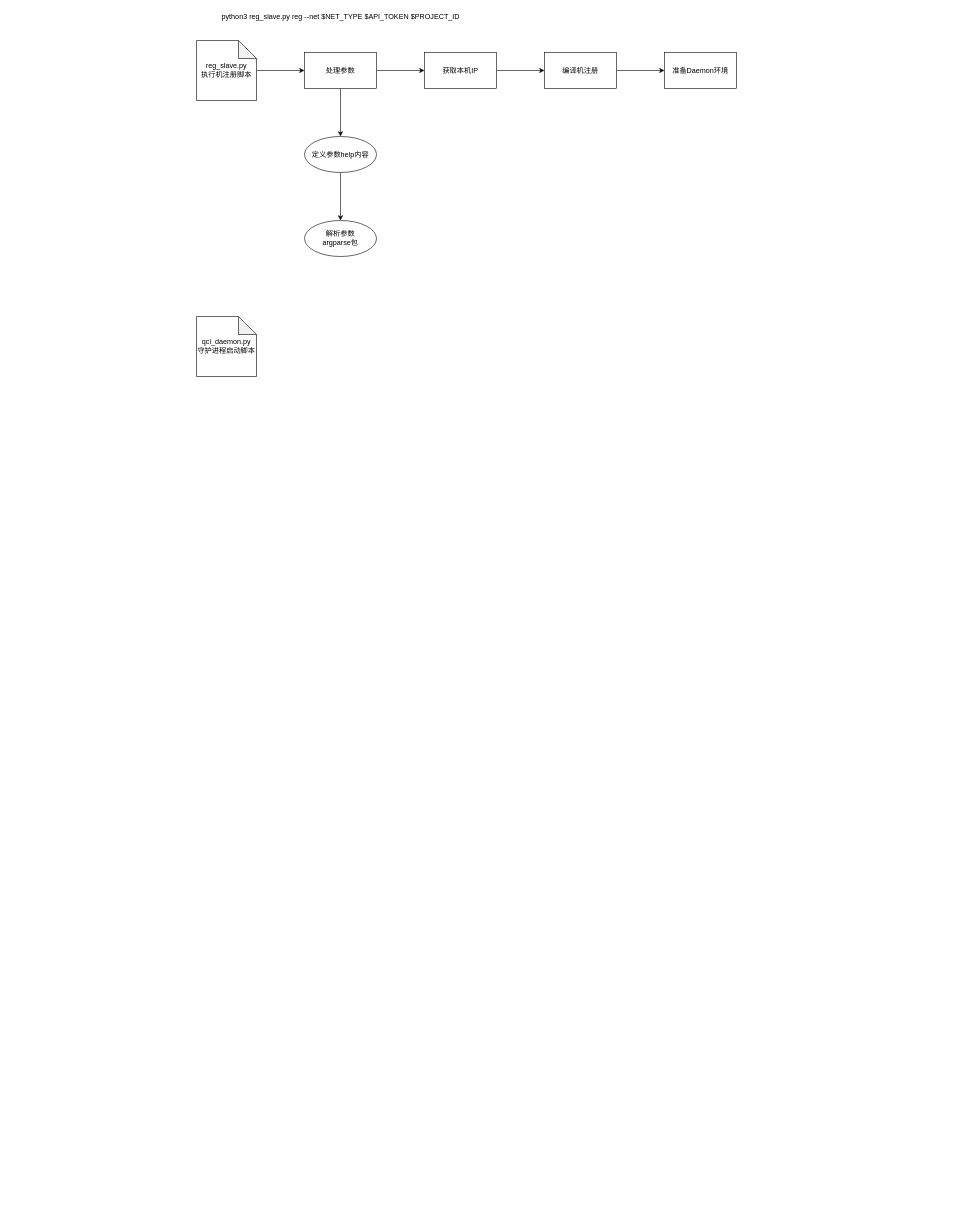
The draw.io diagram page "Page-1" (1 of 2) of draft/eda-devops/devops.drawio in mattshhuang/draw-io, before the edit. Source tidied: cells renumbered, new cells numbered last; positions are measured from the earlier drawing's top-left corner, leaving out a move shared by most shapes. Both pictures are drawn from the tidied source at 60%, with x=0, y=0 at pixel (196, 10). Pictures stored in the file or linked from it are replaced by grey dashed boxes.
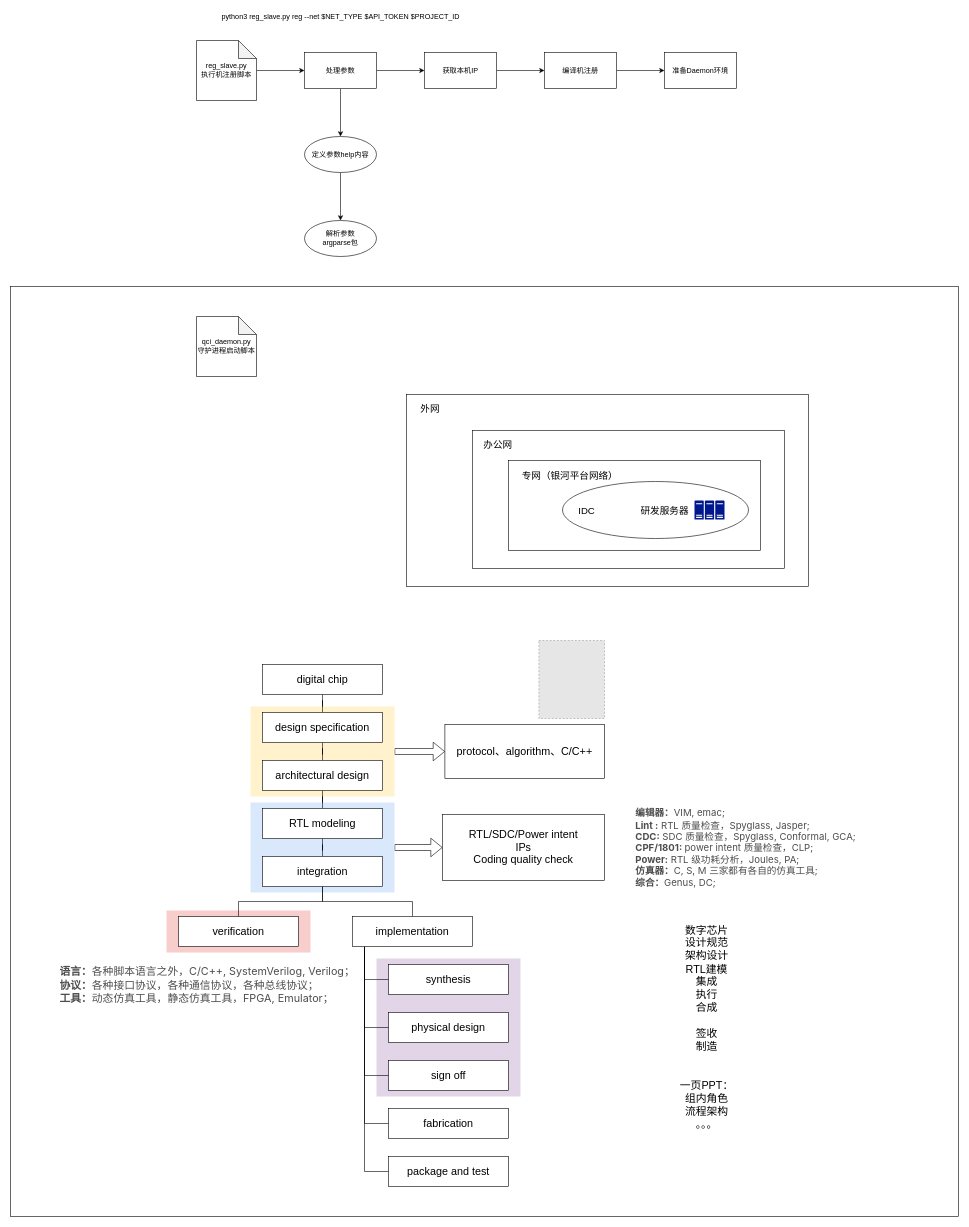
Above is the later version.

What changed in the source:
```diff
@@
+    <mxCell id="17" style="rounded=0;whiteSpace=wrap;html=1;fontSize=18;" parent="1" vertex="1">
+      <mxGeometry x="-310" y="460" width="1580" height="1550" as="geometry" />
+    </mxCell>
+    <mxCell id="18" style="rounded=0;whiteSpace=wrap;html=1;fontSize=18;fillColor=#e1d5e7;strokeColor=none;" parent="1" vertex="1">
+      <mxGeometry x="300" y="1580" width="240" height="230" as="geometry" />
+    </mxCell>
+    <mxCell id="19" style="rounded=0;whiteSpace=wrap;html=1;fontSize=18;fillColor=#f8cecc;strokeColor=none;" parent="1" vertex="1">
+      <mxGeometry x="-50" y="1500" width="240" height="70" as="geometry" />
+    </mxCell>
+    <mxCell id="20" style="edgeStyle=orthogonalEdgeStyle;shape=flexArrow;rounded=0;jettySize=auto;html=1;fontSize=18;endArrow=block;endFill=0;" parent="1" edge="1" source="21" target="60">
+      <mxGeometry relative="1" as="geometry" />
+    </mxCell>
+    <mxCell id="21" style="rounded=0;whiteSpace=wrap;html=1;fontSize=18;fillColor=#dae8fc;strokeColor=none;" parent="1" vertex="1">
+      <mxGeometry x="90" y="1320" width="240" height="150" as="geometry" />
+    </mxCell>
+    <mxCell id="22" style="edgeStyle=orthogonalEdgeStyle;rounded=0;jettySize=auto;html=1;fontSize=18;endArrow=block;endFill=0;shape=flexArrow;" parent="1" edge="1" source="23" target="58">
+      <mxGeometry relative="1" as="geometry" />
+    </mxCell>
+    <mxCell id="23" style="rounded=0;whiteSpace=wrap;html=1;fontSize=18;fillColor=#fff2cc;strokeColor=none;" parent="1" vertex="1">
+      <mxGeometry x="90" y="1160" width="240" height="150" as="geometry" />
+    </mxCell>
@@
+    <mxCell id="24" style="rounded=0;whiteSpace=wrap;html=1;" parent="1" vertex="1">
+      <mxGeometry x="350" y="640" width="670" height="320" as="geometry" />
+    </mxCell>
+    <mxCell id="25" style="rounded=0;whiteSpace=wrap;html=1;" parent="1" vertex="1">
+      <mxGeometry x="460" y="700" width="520" height="230" as="geometry" />
+    </mxCell>
+    <mxCell id="26" style="rounded=0;whiteSpace=wrap;html=1;" parent="1" vertex="1">
+      <mxGeometry x="520" y="750" width="420" height="150" as="geometry" />
+    </mxCell>
+    <mxCell id="27" style="ellipse;whiteSpace=wrap;html=1;" parent="1" vertex="1">
+      <mxGeometry x="610" y="785" width="310" height="95" as="geometry" />
+    </mxCell>
+    <mxCell id="28" style="sketch=0;shadow=0;dashed=0;html=1;strokeColor=none;labelPosition=center;verticalLabelPosition=bottom;verticalAlign=top;align=center;fillColor=#00188D;shape=mxgraph.mscae.enterprise.server_farm;" parent="1" vertex="1">
+      <mxGeometry x="830" y="816.5" width="50" height="32" as="geometry" />
+    </mxCell>
+    <mxCell id="29" value="&lt;font style=&quot;font-size: 16px;&quot;&gt;专网（银河平台网络）&lt;/font&gt;" style="text;html=1;align=center;verticalAlign=middle;strokeColor=none;fillColor=none;" parent="1" vertex="1">
+      <mxGeometry x="532" y="765" width="180" height="20" as="geometry" />
+    </mxCell>
+    <mxCell id="30" value="&lt;font style=&quot;font-size: 16px;&quot;&gt;外网&lt;/font&gt;" style="text;html=1;align=center;verticalAlign=middle;strokeColor=none;fillColor=none;" parent="1" vertex="1">
+      <mxGeometry x="364" y="654" width="50" height="20" as="geometry" />
+    </mxCell>
+    <mxCell id="31" value="&lt;font style=&quot;font-size: 16px;&quot;&gt;办公网&lt;/font&gt;" style="text;html=1;align=center;verticalAlign=middle;strokeColor=none;fillColor=none;" parent="1" vertex="1">
+      <mxGeometry x="472" y="713" width="60" height="20" as="geometry" />
+    </mxCell>
+    <mxCell id="32" value="&lt;font style=&quot;font-size: 16px;&quot;&gt;研发服务器&lt;/font&gt;" style="text;html=1;align=center;verticalAlign=middle;strokeColor=none;fillColor=none;" parent="1" vertex="1">
+      <mxGeometry x="730" y="822.5" width="100" height="20" as="geometry" />
+    </mxCell>
+    <mxCell id="33" value="&lt;font style=&quot;font-size: 16px;&quot;&gt;IDC&lt;/font&gt;" style="text;html=1;align=center;verticalAlign=middle;strokeColor=none;fillColor=none;" parent="1" vertex="1">
+      <mxGeometry x="630" y="822.5" width="40" height="20" as="geometry" />
+    </mxCell>
+    <mxCell id="34" style="edgeStyle=orthogonalEdgeStyle;rounded=0;jettySize=auto;html=1;entryX=0.5;entryY=0;entryDx=0;entryDy=0;fontSize=18;endArrow=none;endFill=0;" parent="1" edge="1" source="35" target="37">
+      <mxGeometry relative="1" as="geometry" />
+    </mxCell>
+    <mxCell id="35" value="&lt;font style=&quot;font-size: 18px;&quot;&gt;digital chip&lt;/font&gt;" style="rounded=0;whiteSpace=wrap;html=1;fontSize=16;" parent="1" vertex="1">
+      <mxGeometry x="110" y="1090" width="200" height="50" as="geometry" />
+    </mxCell>
+    <mxCell id="36" style="edgeStyle=orthogonalEdgeStyle;rounded=0;jettySize=auto;html=1;entryX=0.5;entryY=0;entryDx=0;entryDy=0;fontSize=18;endArrow=none;endFill=0;" parent="1" edge="1" source="37" target="40">
+      <mxGeometry relative="1" as="geometry" />
+    </mxCell>
+    <mxCell id="37" value="&lt;font style=&quot;font-size: 18px;&quot;&gt;design specification&lt;/font&gt;" style="rounded=0;whiteSpace=wrap;html=1;fontSize=16;" parent="1" vertex="1">
+      <mxGeometry x="110" y="1170" width="200" height="50" as="geometry" />
+    </mxCell>
+    <mxCell id="38" value="数字芯片&lt;br&gt;设计规范&lt;br&gt;架构设计&lt;br&gt;RTL建模&lt;br&gt;集成&lt;br&gt;执行&lt;br&gt;合成&lt;br&gt;&lt;br&gt;签收&lt;br&gt;制造&lt;br&gt;&lt;br&gt;&lt;br&gt;一页PPT：&lt;br&gt;组内角色&lt;br&gt;流程架构&lt;br&gt;。。。" style="text;html=1;align=center;verticalAlign=middle;strokeColor=none;fillColor=none;fontSize=18;" parent="1" vertex="1">
+      <mxGeometry x="800" y="1515" width="100" height="360" as="geometry" />
+    </mxCell>
+    <mxCell id="39" style="edgeStyle=orthogonalEdgeStyle;rounded=0;jettySize=auto;html=1;entryX=0.5;entryY=0;entryDx=0;entryDy=0;fontSize=18;endArrow=none;endFill=0;" parent="1" edge="1" source="40" target="42">
+      <mxGeometry relative="1" as="geometry" />
+    </mxCell>
+    <mxCell id="40" value="&lt;font style=&quot;font-size: 18px;&quot;&gt;architectural design&lt;/font&gt;" style="rounded=0;whiteSpace=wrap;html=1;fontSize=16;" parent="1" vertex="1">
+      <mxGeometry x="110" y="1250" width="200" height="50" as="geometry" />
+    </mxCell>
+    <mxCell id="41" style="edgeStyle=orthogonalEdgeStyle;rounded=0;jettySize=auto;html=1;entryX=0.5;entryY=0;entryDx=0;entryDy=0;fontSize=18;endArrow=none;endFill=0;" parent="1" edge="1" source="42" target="45">
+      <mxGeometry relative="1" as="geometry" />
+    </mxCell>
+    <mxCell id="42" value="&lt;font style=&quot;font-size: 18px;&quot;&gt;RTL modeling&lt;/font&gt;" style="rounded=0;whiteSpace=wrap;html=1;fontSize=16;" parent="1" vertex="1">
+      <mxGeometry x="110" y="1330" width="200" height="50" as="geometry" />
+    </mxCell>
+    <mxCell id="43" style="edgeStyle=orthogonalEdgeStyle;rounded=0;jettySize=auto;html=1;fontSize=18;endArrow=none;endFill=0;" parent="1" edge="1" source="45" target="57">
+      <mxGeometry relative="1" as="geometry" />
+    </mxCell>
+    <mxCell id="44" style="edgeStyle=orthogonalEdgeStyle;rounded=0;jettySize=auto;html=1;entryX=0.5;entryY=0;entryDx=0;entryDy=0;fontSize=18;endArrow=none;endFill=0;" parent="1" edge="1" source="45" target="46">
+      <mxGeometry relative="1" as="geometry" />
+    </mxCell>
+    <mxCell id="45" value="&lt;font style=&quot;font-size: 18px;&quot;&gt;integration&lt;/font&gt;" style="rounded=0;whiteSpace=wrap;html=1;fontSize=16;" parent="1" vertex="1">
+      <mxGeometry x="110" y="1410" width="200" height="50" as="geometry" />
+    </mxCell>
+    <mxCell id="46" value="&lt;font style=&quot;font-size: 18px;&quot;&gt;verification&lt;/font&gt;" style="rounded=0;whiteSpace=wrap;html=1;fontSize=16;" parent="1" vertex="1">
+      <mxGeometry x="-30" y="1510" width="200" height="50" as="geometry" />
+    </mxCell>
+    <mxCell id="47" value="&lt;span style=&quot;font-size: 18px;&quot;&gt;synthesis&lt;/span&gt;" style="rounded=0;whiteSpace=wrap;html=1;fontSize=16;" parent="1" vertex="1">
+      <mxGeometry x="320" y="1590" width="200" height="50" as="geometry" />
+    </mxCell>
+    <mxCell id="48" value="&lt;span style=&quot;font-size: 18px;&quot;&gt;physical design&lt;/span&gt;" style="rounded=0;whiteSpace=wrap;html=1;fontSize=16;" parent="1" vertex="1">
+      <mxGeometry x="320" y="1670" width="200" height="50" as="geometry" />
+    </mxCell>
+    <mxCell id="49" value="&lt;span style=&quot;font-size: 18px;&quot;&gt;fabrication&lt;/span&gt;" style="rounded=0;whiteSpace=wrap;html=1;fontSize=16;" parent="1" vertex="1">
+      <mxGeometry x="320" y="1830" width="200" height="50" as="geometry" />
+    </mxCell>
+    <mxCell id="50" value="&lt;span style=&quot;font-size: 18px;&quot;&gt;sign off&lt;/span&gt;" style="rounded=0;whiteSpace=wrap;html=1;fontSize=16;" parent="1" vertex="1">
+      <mxGeometry x="320" y="1750" width="200" height="50" as="geometry" />
+    </mxCell>
+    <mxCell id="51" value="&lt;span style=&quot;font-size: 18px;&quot;&gt;package and test&lt;/span&gt;" style="rounded=0;whiteSpace=wrap;html=1;fontSize=16;" parent="1" vertex="1">
+      <mxGeometry x="320" y="1910" width="200" height="50" as="geometry" />
+    </mxCell>
+    <mxCell id="52" style="edgeStyle=orthogonalEdgeStyle;rounded=0;jettySize=auto;html=1;exitX=0.1;exitY=1.02;exitDx=0;exitDy=0;entryX=0;entryY=0.5;entryDx=0;entryDy=0;fontSize=18;endArrow=none;endFill=0;exitPerimeter=0;" parent="1" edge="1" source="57" target="48">
+      <mxGeometry relative="1" as="geometry">
+        <Array as="points">
+          <mxPoint x="280" y="1695" />
+        </Array>
+      </mxGeometry>
+    </mxCell>
+    <mxCell id="53" style="edgeStyle=orthogonalEdgeStyle;rounded=0;jettySize=auto;html=1;entryX=0;entryY=0.5;entryDx=0;entryDy=0;fontSize=18;endArrow=none;endFill=0;" parent="1" edge="1" source="57" target="47">
+      <mxGeometry relative="1" as="geometry">
+        <Array as="points">
+          <mxPoint x="280" y="1615" />
+        </Array>
+      </mxGeometry>
+    </mxCell>
+    <mxCell id="54" style="edgeStyle=orthogonalEdgeStyle;rounded=0;jettySize=auto;html=1;entryX=0;entryY=0.5;entryDx=0;entryDy=0;fontSize=18;endArrow=none;endFill=0;" parent="1" edge="1" source="57" target="50">
+      <mxGeometry relative="1" as="geometry">
+        <Array as="points">
+          <mxPoint x="280" y="1775" />
+        </Array>
+      </mxGeometry>
+    </mxCell>
+    <mxCell id="55" style="edgeStyle=orthogonalEdgeStyle;rounded=0;jettySize=auto;html=1;entryX=0;entryY=0.5;entryDx=0;entryDy=0;fontSize=18;endArrow=none;endFill=0;" parent="1" edge="1" source="57" target="49">
+      <mxGeometry relative="1" as="geometry">
+        <Array as="points">
+          <mxPoint x="280" y="1855" />
+        </Array>
+      </mxGeometry>
+    </mxCell>
+    <mxCell id="56" style="edgeStyle=orthogonalEdgeStyle;rounded=0;jettySize=auto;html=1;entryX=0;entryY=0.5;entryDx=0;entryDy=0;fontSize=18;endArrow=none;endFill=0;" parent="1" edge="1" source="57" target="51">
+      <mxGeometry relative="1" as="geometry">
+        <Array as="points">
+          <mxPoint x="280" y="1935" />
+        </Array>
+      </mxGeometry>
+    </mxCell>
+    <mxCell id="57" value="&lt;span style=&quot;font-size: 18px;&quot;&gt;implementation&lt;/span&gt;" style="rounded=0;whiteSpace=wrap;html=1;fontSize=16;" parent="1" vertex="1">
+      <mxGeometry x="260" y="1510" width="200" height="50" as="geometry" />
+    </mxCell>
+    <mxCell id="58" value="protocol、algorithm、C/C++" style="rounded=0;whiteSpace=wrap;html=1;fontSize=18;" parent="1" vertex="1">
+      <mxGeometry x="414" y="1190" width="266" height="90" as="geometry" />
+    </mxCell>
+    <mxCell id="59" style="fillColor=#E6E6E6;strokeColor=#999999;dashed=1;verticalLabelPosition=bottom;labelBackgroundColor=default;verticalAlign=top;" parent="1" vertex="1">
+      <mxGeometry x="570.7" y="1050" width="109.3" height="130" as="geometry" />
+    </mxCell>
+    <mxCell id="60" value="RTL/SDC/Power intent&lt;br&gt;IPs&lt;br&gt;Coding quality check" style="rounded=0;whiteSpace=wrap;html=1;fontSize=18;" parent="1" vertex="1">
+      <mxGeometry x="410" y="1340" width="270" height="110" as="geometry" />
+    </mxCell>
+    <mxCell id="61" value="&lt;div style=&quot;text-align: left;&quot;&gt;&lt;span style=&quot;background-color: rgb(255, 255, 255); color: rgb(77, 77, 77); font-family: -apple-system, &amp;quot;SF UI Text&amp;quot;, Arial, &amp;quot;PingFang SC&amp;quot;, &amp;quot;Hiragino Sans GB&amp;quot;, &amp;quot;Microsoft YaHei&amp;quot;, &amp;quot;WenQuanYi Micro Hei&amp;quot;, sans-serif, SimHei, SimSun; font-size: 16px;&quot;&gt;&lt;b&gt;编辑器：&lt;/b&gt;VIM, emac;&lt;/span&gt;&lt;/div&gt;&lt;span style=&quot;color: rgb(77, 77, 77); background-color: rgb(255, 255, 255); font-family: -apple-system, &amp;quot;SF UI Text&amp;quot;, Arial, &amp;quot;PingFang SC&amp;quot;, &amp;quot;Hiragino Sans GB&amp;quot;, &amp;quot;Microsoft YaHei&amp;quot;, &amp;quot;WenQuanYi Micro Hei&amp;quot;, sans-serif, SimHei, SimSun; font-size: 16px;&quot;&gt;&lt;div style=&quot;text-align: left;&quot;&gt;&lt;b&gt;Lint :&lt;/b&gt; RTL 质量检查，Spyglass, Jasper;&lt;/div&gt;&lt;/span&gt;&lt;span style=&quot;color: rgb(77, 77, 77); background-color: rgb(255, 255, 255); font-family: -apple-system, &amp;quot;SF UI Text&amp;quot;, Arial, &amp;quot;PingFang SC&amp;quot;, &amp;quot;Hiragino Sans GB&amp;quot;, &amp;quot;Microsoft YaHei&amp;quot;, &amp;quot;WenQuanYi Micro Hei&amp;quot;, sans-serif, SimHei, SimSun; font-size: 16px;&quot;&gt;&lt;div style=&quot;text-align: left;&quot;&gt;&lt;b&gt;CDC:&lt;/b&gt; SDC 质量检查，Spyglass, Conformal, GCA;&lt;/div&gt;&lt;/span&gt;&lt;span style=&quot;color: rgb(77, 77, 77); background-color: rgb(255, 255, 255); font-family: -apple-system, &amp;quot;SF UI Text&amp;quot;, Arial, &amp;quot;PingFang SC&amp;quot;, &amp;quot;Hiragino Sans GB&amp;quot;, &amp;quot;Microsoft YaHei&amp;quot;, &amp;quot;WenQuanYi Micro Hei&amp;quot;, sans-serif, SimHei, SimSun; font-size: 16px;&quot;&gt;&lt;div style=&quot;text-align: left;&quot;&gt;&lt;b&gt;CPF/1801: &lt;/b&gt;power intent 质量检查，CLP;&lt;/div&gt;&lt;/span&gt;&lt;span style=&quot;color: rgb(77, 77, 77); background-color: rgb(255, 255, 255); font-family: -apple-system, &amp;quot;SF UI Text&amp;quot;, Arial, &amp;quot;PingFang SC&amp;quot;, &amp;quot;Hiragino Sans GB&amp;quot;, &amp;quot;Microsoft YaHei&amp;quot;, &amp;quot;WenQuanYi Micro Hei&amp;quot;, sans-serif, SimHei, SimSun; font-size: 16px;&quot;&gt;&lt;div style=&quot;text-align: left;&quot;&gt;&lt;b&gt;Power:&lt;/b&gt; RTL 级功耗分析，Joules, PA;&lt;/div&gt;&lt;/span&gt;&lt;span style=&quot;color: rgb(77, 77, 77); background-color: rgb(255, 255, 255); font-family: -apple-system, &amp;quot;SF UI Text&amp;quot;, Arial, &amp;quot;PingFang SC&amp;quot;, &amp;quot;Hiragino Sans GB&amp;quot;, &amp;quot;Microsoft YaHei&amp;quot;, &amp;quot;WenQuanYi Micro Hei&amp;quot;, sans-serif, SimHei, SimSun; font-size: 16px;&quot;&gt;&lt;div style=&quot;text-align: left;&quot;&gt;&lt;b&gt;仿真器：&lt;/b&gt;C, S, M 三家都有各自的仿真工具;&lt;/div&gt;&lt;/span&gt;&lt;span style=&quot;color: rgb(77, 77, 77); background-color: rgb(255, 255, 255); font-family: -apple-system, &amp;quot;SF UI Text&amp;quot;, Arial, &amp;quot;PingFang SC&amp;quot;, &amp;quot;Hiragino Sans GB&amp;quot;, &amp;quot;Microsoft YaHei&amp;quot;, &amp;quot;WenQuanYi Micro Hei&amp;quot;, sans-serif, SimHei, SimSun; font-size: 16px;&quot;&gt;&lt;div style=&quot;text-align: left;&quot;&gt;&lt;b&gt;综合：&lt;/b&gt;Genus, DC;&lt;/div&gt;&lt;/span&gt;" style="text;html=1;align=center;verticalAlign=middle;strokeColor=none;fillColor=none;fontSize=18;" parent="1" vertex="1">
+      <mxGeometry x="730" y="1315" width="370" height="160" as="geometry" />
+    </mxCell>
+    <mxCell id="62" value="&lt;span style=&quot;color: rgb(77, 77, 77); background-color: rgb(255, 255, 255); font-family: -apple-system, &amp;quot;SF UI Text&amp;quot;, Arial, &amp;quot;PingFang SC&amp;quot;, &amp;quot;Hiragino Sans GB&amp;quot;, &amp;quot;Microsoft YaHei&amp;quot;, &amp;quot;WenQuanYi Micro Hei&amp;quot;, sans-serif, SimHei, SimSun;&quot;&gt;&lt;b&gt;语言：&lt;/b&gt;各种脚本语言之外，C/C++, SystemVerilog, Verilog；&lt;/span&gt;&lt;br&gt;&lt;span style=&quot;color: rgb(77, 77, 77); background-color: rgb(255, 255, 255); font-family: -apple-system, &amp;quot;SF UI Text&amp;quot;, Arial, &amp;quot;PingFang SC&amp;quot;, &amp;quot;Hiragino Sans GB&amp;quot;, &amp;quot;Microsoft YaHei&amp;quot;, &amp;quot;WenQuanYi Micro Hei&amp;quot;, sans-serif, SimHei, SimSun;&quot;&gt;&lt;b&gt;协议：&lt;/b&gt;各种接口协议，各种通信协议，各种总线协议；&lt;/span&gt;&lt;br&gt;&lt;span style=&quot;color: rgb(77, 77, 77); background-color: rgb(255, 255, 255); font-family: -apple-system, &amp;quot;SF UI Text&amp;quot;, Arial, &amp;quot;PingFang SC&amp;quot;, &amp;quot;Hiragino Sans GB&amp;quot;, &amp;quot;Microsoft YaHei&amp;quot;, &amp;quot;WenQuanYi Micro Hei&amp;quot;, sans-serif, SimHei, SimSun;&quot;&gt;&lt;b&gt;工具：&lt;/b&gt;动态仿真工具，静态仿真工具，FPGA, Emulator；&lt;/span&gt;" style="text;whiteSpace=wrap;html=1;fontSize=18;" parent="1" vertex="1">
+      <mxGeometry x="-230" y="1584" width="530" height="76" as="geometry" />
+    </mxCell>
```
